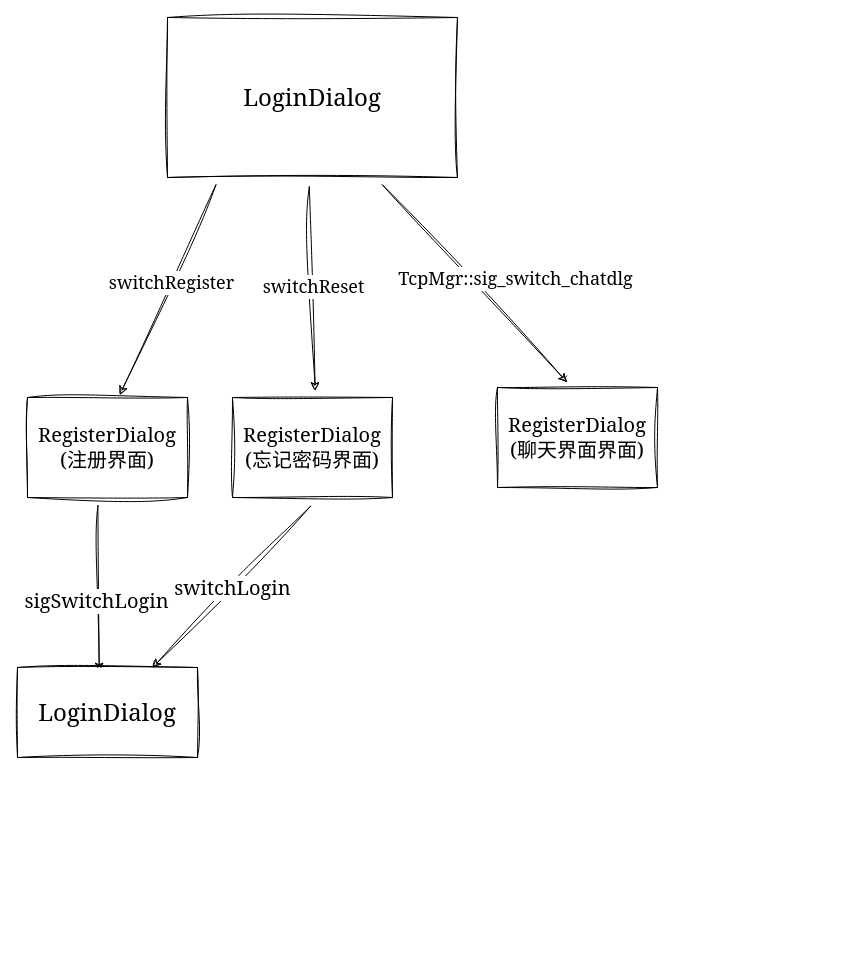
Above: ChatClient/Client.drawio in zyuhao7/WeChat (draw.io), before the change. Source tidied: cells renumbered, new cells numbered last; positions are measured from the earlier drawing's top-left corner, leaving out a move shared by most shapes. Both pictures are drawn from the tidied source at 100%, with x=0, y=0 at pixel (17, 17).
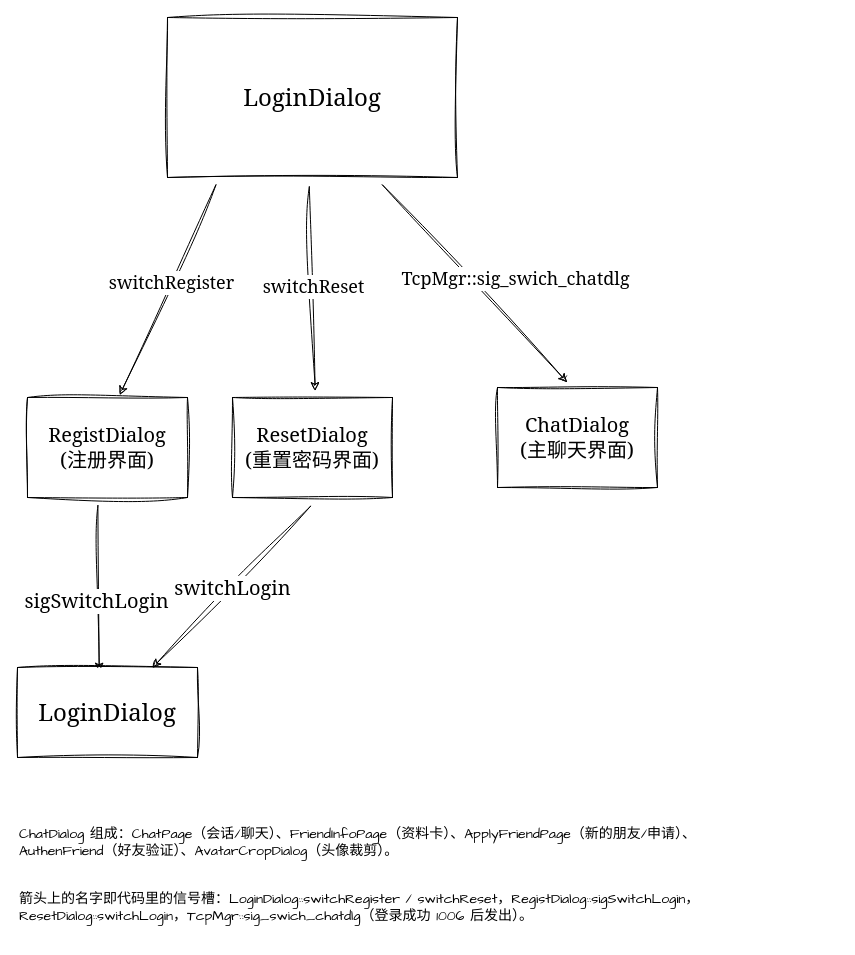
After the change.

The change refers to these unchanged cells:
```xml
<mxCell id="7" style="endArrow=classic;html=1;rounded=0;sketch=1;hachureGap=4;jiggle=2;curveFitting=1;fontFamily=Architects Daughter;fontSize=16;exitX=0.741;exitY=1.046;exitDx=0;exitDy=0;exitPerimeter=0;entryX=0.435;entryY=-0.053;entryDx=0;entryDy=0;entryPerimeter=0;" parent="1" edge="1" source="2" target="11">
  <mxGeometry relative="1" as="geometry" />
</mxCell>
```

What changed in the source:
```diff
@@
-    <mxCell id="8" value="&lt;font face=&quot;Georgia&quot; style=&quot;font-size: 18px;&quot;&gt;TcpMgr::sig_switch_chatdlg&lt;/font&gt;" style="edgeLabel;html=1;align=center;verticalAlign=middle;fontSize=20;fontFamily=Architects Daughter;" parent="7" vertex="1">
+    <mxCell id="8" value="&lt;font face=&quot;Georgia&quot; style=&quot;font-size: 18px;&quot;&gt;TcpMgr::sig_swich_chatdlg&lt;/font&gt;" style="edgeLabel;html=1;align=center;verticalAlign=middle;fontSize=20;fontFamily=Architects Daughter;" parent="7" vertex="1">
       <mxGeometry x="-0.06" relative="1" as="geometry">
         <mxPoint x="46" as="offset" />
       </mxGeometry>
     </mxCell>
-    <mxCell id="9" value="&lt;font face=&quot;Georgia&quot;&gt;RegisterDialog&lt;br&gt;(注册界面)&lt;br&gt;&lt;/font&gt;" style="rounded=0;whiteSpace=wrap;html=1;sketch=1;hachureGap=4;jiggle=2;curveFitting=1;fontFamily=Architects Daughter;fontSize=20;" parent="1" vertex="1">
+    <mxCell id="9" value="&lt;font face=&quot;Georgia&quot;&gt;RegistDialog&lt;br&gt;(注册界面)&lt;br&gt;&lt;/font&gt;" style="rounded=0;whiteSpace=wrap;html=1;sketch=1;hachureGap=4;jiggle=2;curveFitting=1;fontFamily=Architects Daughter;fontSize=20;" parent="1" vertex="1">
       <mxGeometry x="10" y="380" width="160" height="100" as="geometry" />
     </mxCell>
-    <mxCell id="10" value="&lt;font face=&quot;Georgia&quot;&gt;RegisterDialog&lt;br&gt;(忘记密码界面)&lt;br&gt;&lt;/font&gt;" style="rounded=0;whiteSpace=wrap;html=1;sketch=1;hachureGap=4;jiggle=2;curveFitting=1;fontFamily=Architects Daughter;fontSize=20;" parent="1" vertex="1">
+    <mxCell id="10" value="&lt;font face=&quot;Georgia&quot;&gt;ResetDialog&lt;br&gt;(重置密码界面)&lt;br&gt;&lt;/font&gt;" style="rounded=0;whiteSpace=wrap;html=1;sketch=1;hachureGap=4;jiggle=2;curveFitting=1;fontFamily=Architects Daughter;fontSize=20;" parent="1" vertex="1">
       <mxGeometry x="215" y="380" width="160" height="100" as="geometry" />
     </mxCell>
-    <mxCell id="11" value="&lt;font face=&quot;Georgia&quot;&gt;RegisterDialog&lt;br&gt;(聊天界面界面)&lt;br&gt;&lt;/font&gt;" style="rounded=0;whiteSpace=wrap;html=1;sketch=1;hachureGap=4;jiggle=2;curveFitting=1;fontFamily=Architects Daughter;fontSize=20;" parent="1" vertex="1">
+    <mxCell id="11" value="&lt;font face=&quot;Georgia&quot;&gt;ChatDialog&lt;br&gt;(主聊天界面)&lt;br&gt;&lt;/font&gt;" style="rounded=0;whiteSpace=wrap;html=1;sketch=1;hachureGap=4;jiggle=2;curveFitting=1;fontFamily=Architects Daughter;fontSize=20;" parent="1" vertex="1">
       <mxGeometry x="480" y="370" width="160" height="100" as="geometry" />
     </mxCell>
@@
+    <mxCell id="17" value="ChatDialog 组成：ChatPage（会话/聊天）、FriendInfoPage（资料卡）、ApplyFriendPage（新的朋友/申请）、AuthenFriend（好友验证）、AvatarCropDialog（头像裁剪）。" style="text;html=1;align=left;verticalAlign=middle;whiteSpace=wrap;strokeColor=none;fillColor=none;fontFamily=Architects Daughter;fontSize=14;" parent="1" vertex="1">
+      <mxGeometry y="800" width="720" height="50" as="geometry" />
+    </mxCell>
+    <mxCell id="18" value="箭头上的名字即代码里的信号槽：LoginDialog::switchRegister / switchReset，RegistDialog::sigSwitchLogin，ResetDialog::switchLogin，TcpMgr::sig_swich_chatdlg（登录成功 1006 后发出）。" style="text;html=1;align=left;verticalAlign=middle;whiteSpace=wrap;strokeColor=none;fillColor=none;fontFamily=Architects Daughter;fontSize=14;" parent="1" vertex="1">
+      <mxGeometry y="860" width="820" height="60" as="geometry" />
+    </mxCell>
```
